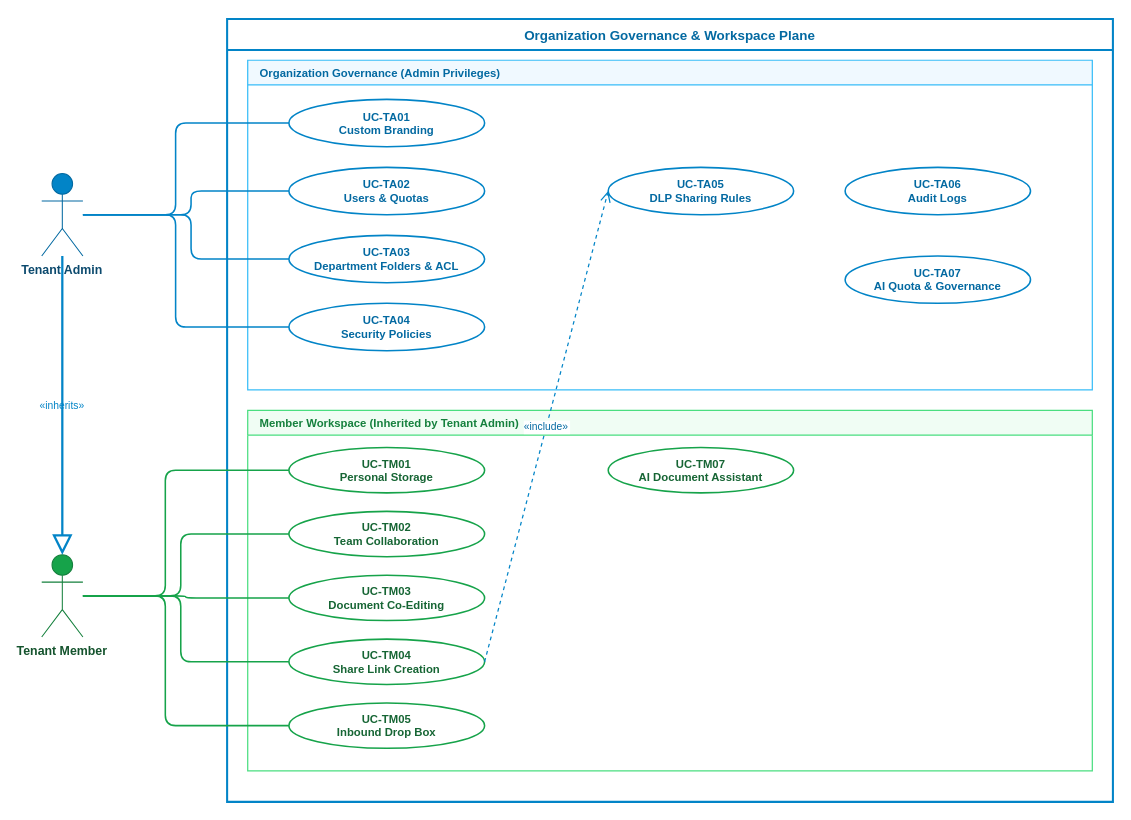
Earlier version of the draw.io diagram usecase_tenant_admin_and_member.drawio (FilestoreCloud/docs). Source tidied: cells renumbered, new cells numbered last; positions are measured from the earlier drawing's top-left corner, leaving out a move shared by most shapes. Both pictures are drawn from the tidied source at 103%, with x=0, y=0 at pixel (41, 19).
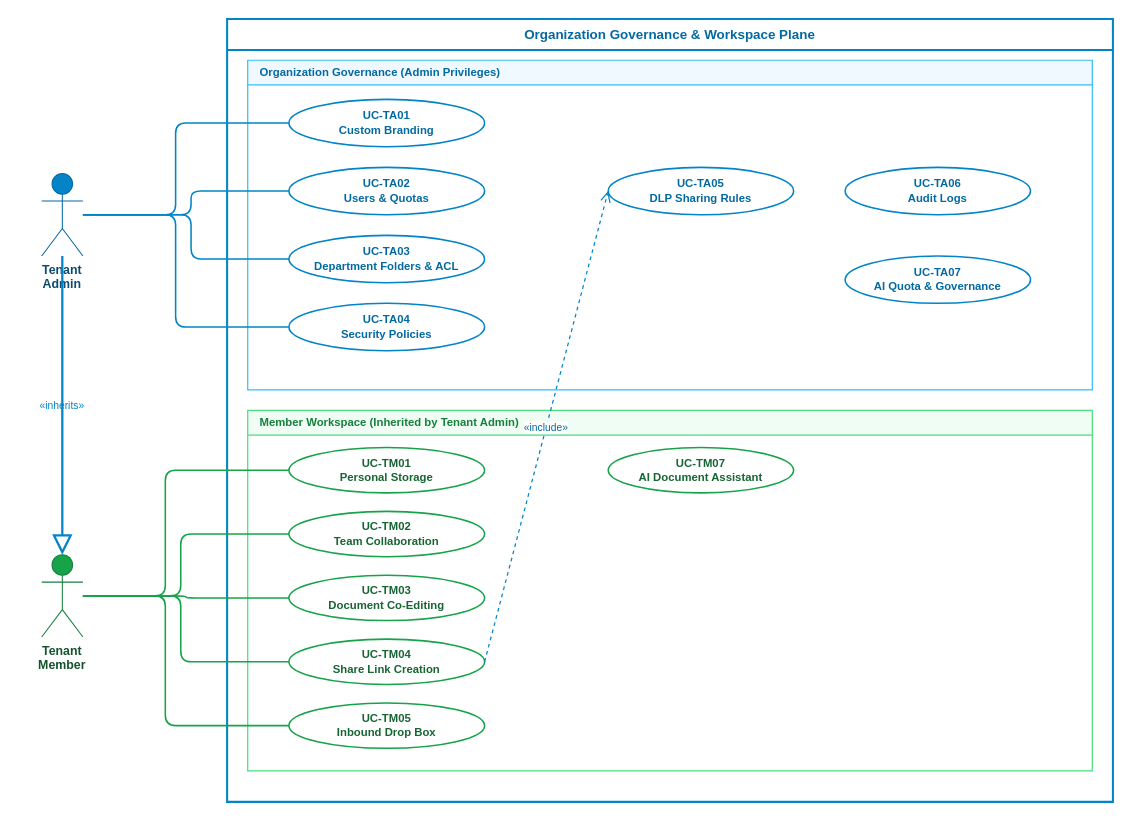
After the change.

Diff of the diagram source:
```diff
@@
-    <mxCell id="2" value="Organization Governance &amp; Workspace Plane" style="swimlane;startSize=30;fillColor=none;strokeColor=#0284C7;strokeWidth=2;fontStyle=1;fontSize=13;fontColor=#0369A1;rounded=0;arcSize=0;align=center;" parent="1" vertex="1">
+    <mxCell id="2" value="Organization Governance &amp; Workspace Plane" style="swimlane;startSize=30;fillColor=none;strokeColor=#0284C7;strokeWidth=2;fontStyle=1;fontSize=13;fontColor=#0369A1;rounded=0;arcSize=0;align=center;whiteSpace=wrap;html=1;" parent="1" vertex="1">
       <mxGeometry x="180" width="860" height="760" as="geometry" />
     </mxCell>
-    <mxCell id="3" value="Organization Governance (Admin Privileges)" style="swimlane;startSize=24;fillColor=#F0F9FF;strokeColor=#38BDF8;strokeWidth=1.2;fontStyle=1;fontSize=11;fontColor=#0369A1;align=left;spacingLeft=10;" parent="2" vertex="1">
+    <mxCell id="3" value="Organization Governance (Admin Privileges)" style="swimlane;startSize=24;fillColor=#F0F9FF;strokeColor=#38BDF8;strokeWidth=1.2;fontStyle=1;fontSize=11;fontColor=#0369A1;align=left;spacingLeft=10;whiteSpace=wrap;html=1;" parent="2" vertex="1">
       <mxGeometry x="20" y="40" width="820" height="320" as="geometry" />
     </mxCell>
-    <mxCell id="4" value="UC-TA01&#10;Custom Branding" style="ellipse;html=0;fillColor=#FFFFFF;strokeColor=#0284C7;strokeWidth=1.5;fontSize=11;fontColor=#0369A1;align=center;fontStyle=1;" parent="3" vertex="1">
+    <mxCell id="4" value="UC-TA01&#10;Custom Branding" style="ellipse;html=0;fillColor=#FFFFFF;strokeColor=#0284C7;strokeWidth=1.5;fontSize=11;fontColor=#0369A1;align=center;fontStyle=1;whiteSpace=wrap;" parent="3" vertex="1">
       <mxGeometry x="40" y="38" width="190" height="46" as="geometry" />
     </mxCell>
-    <mxCell id="5" value="UC-TA02&#10;Users &amp; Quotas" style="ellipse;html=0;fillColor=#FFFFFF;strokeColor=#0284C7;strokeWidth=1.5;fontSize=11;fontColor=#0369A1;align=center;fontStyle=1;" parent="3" vertex="1">
+    <mxCell id="5" value="UC-TA02&#10;Users &amp; Quotas" style="ellipse;html=0;fillColor=#FFFFFF;strokeColor=#0284C7;strokeWidth=1.5;fontSize=11;fontColor=#0369A1;align=center;fontStyle=1;whiteSpace=wrap;" parent="3" vertex="1">
       <mxGeometry x="40" y="104" width="190" height="46" as="geometry" />
     </mxCell>
-    <mxCell id="6" value="UC-TA03&#10;Department Folders &amp; ACL" style="ellipse;html=0;fillColor=#FFFFFF;strokeColor=#0284C7;strokeWidth=1.5;fontSize=11;fontColor=#0369A1;align=center;fontStyle=1;" parent="3" vertex="1">
+    <mxCell id="6" value="UC-TA03&#10;Department Folders &amp; ACL" style="ellipse;html=0;fillColor=#FFFFFF;strokeColor=#0284C7;strokeWidth=1.5;fontSize=11;fontColor=#0369A1;align=center;fontStyle=1;whiteSpace=wrap;" parent="3" vertex="1">
       <mxGeometry x="40" y="170" width="190" height="46" as="geometry" />
     </mxCell>
-    <mxCell id="7" value="UC-TA04&#10;Security Policies" style="ellipse;html=0;fillColor=#FFFFFF;strokeColor=#0284C7;strokeWidth=1.5;fontSize=11;fontColor=#0369A1;align=center;fontStyle=1;" parent="3" vertex="1">
+    <mxCell id="7" value="UC-TA04&#10;Security Policies" style="ellipse;html=0;fillColor=#FFFFFF;strokeColor=#0284C7;strokeWidth=1.5;fontSize=11;fontColor=#0369A1;align=center;fontStyle=1;whiteSpace=wrap;" parent="3" vertex="1">
       <mxGeometry x="40" y="236" width="190" height="46" as="geometry" />
     </mxCell>
-    <mxCell id="8" value="UC-TA05&#10;DLP Sharing Rules" style="ellipse;html=0;fillColor=#FFFFFF;strokeColor=#0284C7;strokeWidth=1.5;fontSize=11;fontColor=#0369A1;align=center;fontStyle=1;" parent="3" vertex="1">
+    <mxCell id="8" value="UC-TA05&#10;DLP Sharing Rules" style="ellipse;html=0;fillColor=#FFFFFF;strokeColor=#0284C7;strokeWidth=1.5;fontSize=11;fontColor=#0369A1;align=center;fontStyle=1;whiteSpace=wrap;" parent="3" vertex="1">
       <mxGeometry x="350" y="104" width="180" height="46" as="geometry" />
     </mxCell>
-    <mxCell id="9" value="UC-TA06&#10;Audit Logs" style="ellipse;html=0;fillColor=#FFFFFF;strokeColor=#0284C7;strokeWidth=1.5;fontSize=11;fontColor=#0369A1;align=center;fontStyle=1;" parent="3" vertex="1">
+    <mxCell id="9" value="UC-TA06&#10;Audit Logs" style="ellipse;html=0;fillColor=#FFFFFF;strokeColor=#0284C7;strokeWidth=1.5;fontSize=11;fontColor=#0369A1;align=center;fontStyle=1;whiteSpace=wrap;" parent="3" vertex="1">
       <mxGeometry x="580" y="104" width="180" height="46" as="geometry" />
     </mxCell>
-    <mxCell id="10" value="UC-TA07&#10;AI Quota &amp; Governance" style="ellipse;html=0;fillColor=#FFFFFF;strokeColor=#0284C7;strokeWidth=1.5;fontSize=11;fontColor=#0369A1;align=center;fontStyle=1;" parent="3" vertex="1">
+    <mxCell id="10" value="UC-TA07&#10;AI Quota &amp; Governance" style="ellipse;html=0;fillColor=#FFFFFF;strokeColor=#0284C7;strokeWidth=1.5;fontSize=11;fontColor=#0369A1;align=center;fontStyle=1;whiteSpace=wrap;" parent="3" vertex="1">
       <mxGeometry x="580" y="190" width="180" height="46" as="geometry" />
     </mxCell>
-    <mxCell id="11" value="Member Workspace (Inherited by Tenant Admin)" style="swimlane;startSize=24;fillColor=#F0FDF4;strokeColor=#4ADE80;strokeWidth=1.2;fontStyle=1;fontSize=11;fontColor=#15803D;align=left;spacingLeft=10;" parent="2" vertex="1">
+    <mxCell id="11" value="Member Workspace (Inherited by Tenant Admin)" style="swimlane;startSize=24;fillColor=#F0FDF4;strokeColor=#4ADE80;strokeWidth=1.2;fontStyle=1;fontSize=11;fontColor=#15803D;align=left;spacingLeft=10;whiteSpace=wrap;html=1;" parent="2" vertex="1">
       <mxGeometry x="20" y="380" width="820" height="350" as="geometry" />
     </mxCell>
-    <mxCell id="12" value="UC-TM01&#10;Personal Storage" style="ellipse;html=0;fillColor=#FFFFFF;strokeColor=#16A34A;strokeWidth=1.5;fontSize=11;fontColor=#166534;align=center;fontStyle=1;" parent="11" vertex="1">
+    <mxCell id="12" value="UC-TM01&#10;Personal Storage" style="ellipse;html=0;fillColor=#FFFFFF;strokeColor=#16A34A;strokeWidth=1.5;fontSize=11;fontColor=#166534;align=center;fontStyle=1;whiteSpace=wrap;" parent="11" vertex="1">
       <mxGeometry x="40" y="36" width="190" height="44" as="geometry" />
     </mxCell>
-    <mxCell id="13" value="UC-TM02&#10;Team Collaboration" style="ellipse;html=0;fillColor=#FFFFFF;strokeColor=#16A34A;strokeWidth=1.5;fontSize=11;fontColor=#166534;align=center;fontStyle=1;" parent="11" vertex="1">
+    <mxCell id="13" value="UC-TM02&#10;Team Collaboration" style="ellipse;html=0;fillColor=#FFFFFF;strokeColor=#16A34A;strokeWidth=1.5;fontSize=11;fontColor=#166534;align=center;fontStyle=1;whiteSpace=wrap;" parent="11" vertex="1">
       <mxGeometry x="40" y="98" width="190" height="44" as="geometry" />
     </mxCell>
-    <mxCell id="14" value="UC-TM03&#10;Document Co-Editing" style="ellipse;html=0;fillColor=#FFFFFF;strokeColor=#16A34A;strokeWidth=1.5;fontSize=11;fontColor=#166534;align=center;fontStyle=1;" parent="11" vertex="1">
+    <mxCell id="14" value="UC-TM03&#10;Document Co-Editing" style="ellipse;html=0;fillColor=#FFFFFF;strokeColor=#16A34A;strokeWidth=1.5;fontSize=11;fontColor=#166534;align=center;fontStyle=1;whiteSpace=wrap;" parent="11" vertex="1">
       <mxGeometry x="40" y="160" width="190" height="44" as="geometry" />
     </mxCell>
-    <mxCell id="15" value="UC-TM04&#10;Share Link Creation" style="ellipse;html=0;fillColor=#FFFFFF;strokeColor=#16A34A;strokeWidth=1.5;fontSize=11;fontColor=#166534;align=center;fontStyle=1;" parent="11" vertex="1">
+    <mxCell id="15" value="UC-TM04&#10;Share Link Creation" style="ellipse;html=0;fillColor=#FFFFFF;strokeColor=#16A34A;strokeWidth=1.5;fontSize=11;fontColor=#166534;align=center;fontStyle=1;whiteSpace=wrap;" parent="11" vertex="1">
       <mxGeometry x="40" y="222" width="190" height="44" as="geometry" />
     </mxCell>
-    <mxCell id="16" value="UC-TM05&#10;Inbound Drop Box" style="ellipse;html=0;fillColor=#FFFFFF;strokeColor=#16A34A;strokeWidth=1.5;fontSize=11;fontColor=#166534;align=center;fontStyle=1;" parent="11" vertex="1">
+    <mxCell id="16" value="UC-TM05&#10;Inbound Drop Box" style="ellipse;html=0;fillColor=#FFFFFF;strokeColor=#16A34A;strokeWidth=1.5;fontSize=11;fontColor=#166534;align=center;fontStyle=1;whiteSpace=wrap;" parent="11" vertex="1">
       <mxGeometry x="40" y="284" width="190" height="44" as="geometry" />
     </mxCell>
-    <mxCell id="17" value="UC-TM07&#10;AI Document Assistant" style="ellipse;html=0;fillColor=#FFFFFF;strokeColor=#16A34A;strokeWidth=1.5;fontSize=11;fontColor=#166534;align=center;fontStyle=1;" parent="11" vertex="1">
+    <mxCell id="17" value="UC-TM07&#10;AI Document Assistant" style="ellipse;html=0;fillColor=#FFFFFF;strokeColor=#16A34A;strokeWidth=1.5;fontSize=11;fontColor=#166534;align=center;fontStyle=1;whiteSpace=wrap;" parent="11" vertex="1">
       <mxGeometry x="350" y="36" width="180" height="44" as="geometry" />
     </mxCell>
-    <mxCell id="18" value="«include»" style="edgeStyle=none;html=0;dashed=1;endArrow=open;endSize=8;strokeColor=#0284C7;strokeWidth=1.2;fontSize=10;fontColor=#0369A1;align=center;exitX=1;exitY=0.5;entryX=0;entryY=0.5;" parent="2" edge="1" source="15" target="8">
+    <mxCell id="18" value="«include»" style="edgeStyle=none;html=0;dashed=1;endArrow=open;endSize=8;strokeColor=#0284C7;strokeWidth=1.2;fontSize=10;fontColor=#0369A1;align=center;exitX=1;exitY=0.5;entryX=0;entryY=0.5;whiteSpace=wrap;" parent="2" edge="1" source="15" target="8">
       <mxGeometry relative="1" as="geometry" />
     </mxCell>
-    <mxCell id="19" value="Tenant Admin" style="shape=umlActor;verticalLabelPosition=bottom;verticalAlign=top;html=0;outlineConnect=0;fillColor=#0284C7;strokeColor=#0369A1;fontColor=#0C4A6E;fontSize=12;fontStyle=1;" parent="1" vertex="1">
+    <mxCell id="19" value="Tenant Admin" style="shape=umlActor;verticalLabelPosition=bottom;verticalAlign=top;html=0;outlineConnect=0;fillColor=#0284C7;strokeColor=#0369A1;fontColor=#0C4A6E;fontSize=12;fontStyle=1;whiteSpace=wrap;" parent="1" vertex="1">
       <mxGeometry y="150" width="40" height="80" as="geometry" />
     </mxCell>
-    <mxCell id="20" value="Tenant Member" style="shape=umlActor;verticalLabelPosition=bottom;verticalAlign=top;html=0;outlineConnect=0;fillColor=#16A34A;strokeColor=#15803D;fontColor=#14532D;fontSize=12;fontStyle=1;" parent="1" vertex="1">
+    <mxCell id="20" value="Tenant Member" style="shape=umlActor;verticalLabelPosition=bottom;verticalAlign=top;html=0;outlineConnect=0;fillColor=#16A34A;strokeColor=#15803D;fontColor=#14532D;fontSize=12;fontStyle=1;whiteSpace=wrap;" parent="1" vertex="1">
       <mxGeometry y="520" width="40" height="80" as="geometry" />
     </mxCell>
-    <mxCell id="21" value="«inherits»" style="edgeStyle=orthogonalEdgeStyle;rounded=0;html=0;strokeColor=#0284C7;strokeWidth=2.2;endArrow=block;endFill=0;endSize=14;fontSize=10;fontColor=#0284C7;align=center;verticalAlign=middle;labelBackgroundColor=none;" parent="1" edge="1" source="19" target="20">
+    <mxCell id="21" value="«inherits»" style="edgeStyle=orthogonalEdgeStyle;rounded=0;html=0;strokeColor=#0284C7;strokeWidth=2.2;endArrow=block;endFill=0;endSize=14;fontSize=10;fontColor=#0284C7;align=center;verticalAlign=middle;labelBackgroundColor=none;whiteSpace=wrap;" parent="1" edge="1" source="19" target="20">
       <mxGeometry relative="1" as="geometry">
         <Array as="points">
           <mxPoint x="20" y="380" />
           <mxPoint x="20" y="380" />
         </Array>
       </mxGeometry>
     </mxCell>
```
